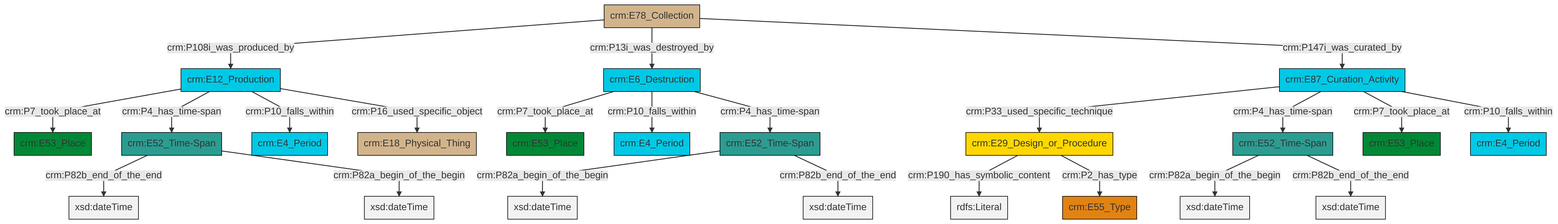
Earlier version of the Mermaid export et/archivalCSV/ttl/mmd/png/archival_existence.png (swiss-art-research-net/docs.swissartresearch). Its source is kept beside it as et/archivalCSV/ttl/mmd/archival_existence.ttl.mmd.
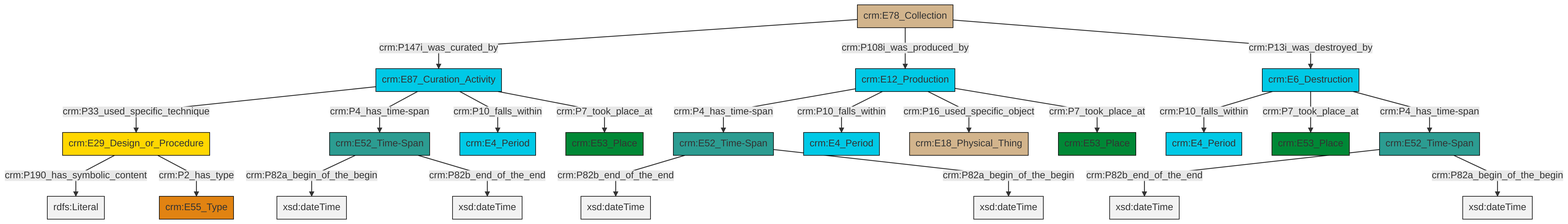
Above is the later version.

The edit, as a diff of the source:
```diff
@@ -14,24 +14,24 @@
 classDef Multi fill:#cccccc,stroke:#000000;
 
 0["crm:E87_Curation_Activity"]:::Temporal_Entity -->|crm:P33_used_specific_technique| 1["crm:E29_Design_or_Procedure"]:::Conceptual_Object
-1["crm:E29_Design_or_Procedure"]:::Conceptual_Object -->|crm:P190_has_symbolic_content| 2[rdfs:Literal]:::Literal
-3["crm:E78_Collection"]:::Physical_Thing -->|crm:P108i_was_produced_by| 4["crm:E12_Production"]:::Temporal_Entity
-4["crm:E12_Production"]:::Temporal_Entity -->|crm:P7_took_place_at| 5["crm:E53_Place"]:::Place
-6["crm:E52_Time-Span"]:::Time-Span -->|crm:P82a_begin_of_the_begin| 7[xsd:dateTime]:::Literal
-4["crm:E12_Production"]:::Temporal_Entity -->|crm:P4_has_time-span| 16["crm:E52_Time-Span"]:::Time-Span
-0["crm:E87_Curation_Activity"]:::Temporal_Entity -->|crm:P4_has_time-span| 14["crm:E52_Time-Span"]:::Time-Span
-17["crm:E6_Destruction"]:::Temporal_Entity -->|crm:P7_took_place_at| 21["crm:E53_Place"]:::Place
-14["crm:E52_Time-Span"]:::Time-Span -->|crm:P82a_begin_of_the_begin| 22[xsd:dateTime]:::Literal
-14["crm:E52_Time-Span"]:::Time-Span -->|crm:P82b_end_of_the_end| 23[xsd:dateTime]:::Literal
-0["crm:E87_Curation_Activity"]:::Temporal_Entity -->|crm:P7_took_place_at| 24["crm:E53_Place"]:::Place
-3["crm:E78_Collection"]:::Physical_Thing -->|crm:P13i_was_destroyed_by| 17["crm:E6_Destruction"]:::Temporal_Entity
-17["crm:E6_Destruction"]:::Temporal_Entity -->|crm:P10_falls_within| 19["crm:E4_Period"]:::Temporal_Entity
-16["crm:E52_Time-Span"]:::Time-Span -->|crm:P82b_end_of_the_end| 29[xsd:dateTime]:::Literal
-3["crm:E78_Collection"]:::Physical_Thing -->|crm:P147i_was_curated_by| 0["crm:E87_Curation_Activity"]:::Temporal_Entity
-4["crm:E12_Production"]:::Temporal_Entity -->|crm:P10_falls_within| 9["crm:E4_Period"]:::Temporal_Entity
-16["crm:E52_Time-Span"]:::Time-Span -->|crm:P82a_begin_of_the_begin| 31[xsd:dateTime]:::Literal
-17["crm:E6_Destruction"]:::Temporal_Entity -->|crm:P4_has_time-span| 6["crm:E52_Time-Span"]:::Time-Span
-1["crm:E29_Design_or_Procedure"]:::Conceptual_Object -->|crm:P2_has_type| 32["crm:E55_Type"]:::Type
-4["crm:E12_Production"]:::Temporal_Entity -->|crm:P16_used_specific_object| 12["crm:E18_Physical_Thing"]:::Physical_Thing
-0["crm:E87_Curation_Activity"]:::Temporal_Entity -->|crm:P10_falls_within| 36["crm:E4_Period"]:::Temporal_Entity
-6["crm:E52_Time-Span"]:::Time-Span -->|crm:P82b_end_of_the_end| 38[xsd:dateTime]:::Literal
+2["crm:E52_Time-Span"]:::Time-Span -->|crm:P82b_end_of_the_end| 3[xsd:dateTime]:::Literal
+4["crm:E52_Time-Span"]:::Time-Span -->|crm:P82a_begin_of_the_begin| 8[xsd:dateTime]:::Literal
+2["crm:E52_Time-Span"]:::Time-Span -->|crm:P82a_begin_of_the_begin| 9[xsd:dateTime]:::Literal
+4["crm:E52_Time-Span"]:::Time-Span -->|crm:P82b_end_of_the_end| 12[xsd:dateTime]:::Literal
+13["crm:E12_Production"]:::Temporal_Entity -->|crm:P4_has_time-span| 2["crm:E52_Time-Span"]:::Time-Span
+0["crm:E87_Curation_Activity"]:::Temporal_Entity -->|crm:P4_has_time-span| 4["crm:E52_Time-Span"]:::Time-Span
+16["crm:E6_Destruction"]:::Temporal_Entity -->|crm:P10_falls_within| 17["crm:E4_Period"]:::Temporal_Entity
+18["crm:E52_Time-Span"]:::Time-Span -->|crm:P82b_end_of_the_end| 19[xsd:dateTime]:::Literal
+0["crm:E87_Curation_Activity"]:::Temporal_Entity -->|crm:P10_falls_within| 10["crm:E4_Period"]:::Temporal_Entity
+27["crm:E78_Collection"]:::Physical_Thing -->|crm:P147i_was_curated_by| 0["crm:E87_Curation_Activity"]:::Temporal_Entity
+16["crm:E6_Destruction"]:::Temporal_Entity -->|crm:P7_took_place_at| 22["crm:E53_Place"]:::Place
+13["crm:E12_Production"]:::Temporal_Entity -->|crm:P10_falls_within| 28["crm:E4_Period"]:::Temporal_Entity
+1["crm:E29_Design_or_Procedure"]:::Conceptual_Object -->|crm:P190_has_symbolic_content| 34[rdfs:Literal]:::Literal
+0["crm:E87_Curation_Activity"]:::Temporal_Entity -->|crm:P7_took_place_at| 6["crm:E53_Place"]:::Place
+13["crm:E12_Production"]:::Temporal_Entity -->|crm:P16_used_specific_object| 29["crm:E18_Physical_Thing"]:::Physical_Thing
+18["crm:E52_Time-Span"]:::Time-Span -->|crm:P82a_begin_of_the_begin| 36[xsd:dateTime]:::Literal
+27["crm:E78_Collection"]:::Physical_Thing -->|crm:P108i_was_produced_by| 13["crm:E12_Production"]:::Temporal_Entity
+1["crm:E29_Design_or_Procedure"]:::Conceptual_Object -->|crm:P2_has_type| 24["crm:E55_Type"]:::Type
+16["crm:E6_Destruction"]:::Temporal_Entity -->|crm:P4_has_time-span| 18["crm:E52_Time-Span"]:::Time-Span
+27["crm:E78_Collection"]:::Physical_Thing -->|crm:P13i_was_destroyed_by| 16["crm:E6_Destruction"]:::Temporal_Entity
+13["crm:E12_Production"]:::Temporal_Entity -->|crm:P7_took_place_at| 14["crm:E53_Place"]:::Place
```
